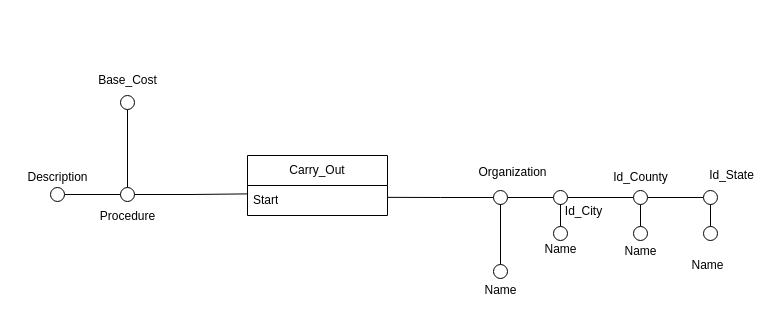
This is Schemi_Di_Fatto/Carry_Out.drawio from MircoPerna99/BigDataManagement_Team, a draw.io file, before an edit. Source tidied: cells renumbered, new cells numbered last; positions are measured from the earlier drawing's top-left corner, leaving out a move shared by most shapes. Both pictures are drawn from the tidied source at 100%, with x=0, y=0 at pixel (17, 65).
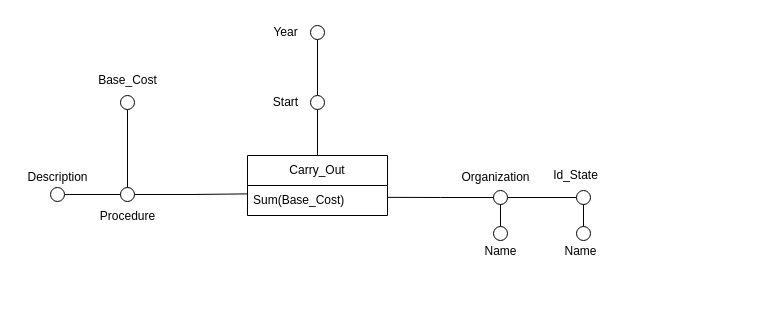
Above is the later version.

The change refers to these unchanged cells:
```xml
<mxCell id="2" style="ellipse;whiteSpace=wrap;html=1;fillColor=#FFFFFF;" parent="1" vertex="1">
  <mxGeometry x="103" y="122" width="14" height="14" as="geometry" />
</mxCell>
<mxCell id="8" style="ellipse;whiteSpace=wrap;html=1;fillColor=#FFFFFF;" parent="1" vertex="1">
  <mxGeometry x="476" y="125" width="14" height="14" as="geometry" />
</mxCell>
<mxCell id="33" value="Carry_Out" style="swimlane;fontStyle=0;horizontal=1;startSize=30;whiteSpace=wrap;html=1;" parent="1" vertex="1">
  <mxGeometry x="230" y="90" width="140" height="60" as="geometry" />
</mxCell>
```

What changed in the source:
```diff
@@
-    <mxCell id="7" style="edgeStyle=orthogonalEdgeStyle;rounded=0;jettySize=auto;html=1;exitX=1;exitY=0.5;exitDx=0;exitDy=0;entryX=0;entryY=0.5;entryDx=0;entryDy=0;endArrow=none;startFill=0;endFill=1;" parent="1" edge="1" source="8" target="11">
-      <mxGeometry relative="1" as="geometry" />
-    </mxCell>
+    <mxCell id="37" style="edgeStyle=orthogonalEdgeStyle;rounded=0;jettySize=auto;html=1;exitX=1;exitY=0.5;exitDx=0;exitDy=0;entryX=0;entryY=0.5;entryDx=0;entryDy=0;endArrow=none;startFill=0;endFill=1;" parent="1" edge="1" source="8" target="38">
+      <mxGeometry relative="1" as="geometry" />
+    </mxCell>
@@
     <mxCell id="9" value="Organization" style="text;html=1;align=center;verticalAlign=middle;strokeColor=none;fillColor=none;" parent="1" vertex="1">
-      <mxGeometry x="450" y="92" width="90" height="30" as="geometry" />
+      <mxGeometry x="433" y="97" width="90" height="30" as="geometry" />
     </mxCell>
-    <mxCell id="10" style="edgeStyle=orthogonalEdgeStyle;rounded=0;jettySize=auto;html=1;exitX=1;exitY=0.5;exitDx=0;exitDy=0;entryX=0;entryY=0.5;entryDx=0;entryDy=0;endArrow=none;startFill=0;" parent="1" edge="1" source="11" target="21">
-      <mxGeometry relative="1" as="geometry" />
-    </mxCell>
-    <mxCell id="11" style="ellipse;whiteSpace=wrap;html=1;fillColor=#FFFFFF;" parent="1" vertex="1">
-      <mxGeometry x="536" y="125" width="14" height="14" as="geometry" />
-    </mxCell>
-    <mxCell id="12" style="edgeStyle=orthogonalEdgeStyle;rounded=0;jettySize=auto;html=1;endArrow=none;startFill=0;" parent="1" edge="1" source="13" target="8">
-      <mxGeometry relative="1" as="geometry" />
-    </mxCell>
-    <mxCell id="13" style="ellipse;whiteSpace=wrap;html=1;fillColor=#FFFFFF;" parent="1" vertex="1">
-      <mxGeometry x="476" y="199" width="14" height="14" as="geometry" />
-    </mxCell>
-    <mxCell id="14" value="Name" style="text;html=1;align=center;verticalAlign=middle;strokeColor=none;fillColor=none;" parent="1" vertex="1">
-      <mxGeometry x="453" y="210" width="60" height="30" as="geometry" />
-    </mxCell>
-    <mxCell id="15" value="Id_City" style="text;html=1;align=center;verticalAlign=middle;strokeColor=none;fillColor=none;" parent="1" vertex="1">
-      <mxGeometry x="536" y="131" width="60" height="30" as="geometry" />
-    </mxCell>
-    <mxCell id="16" style="edgeStyle=orthogonalEdgeStyle;rounded=0;jettySize=auto;html=1;entryX=0.5;entryY=1;entryDx=0;entryDy=0;endArrow=none;startFill=0;" parent="1" edge="1" source="17" target="11">
-      <mxGeometry relative="1" as="geometry" />
-    </mxCell>
-    <mxCell id="17" style="ellipse;whiteSpace=wrap;html=1;fillColor=#FFFFFF;" parent="1" vertex="1">
-      <mxGeometry x="536" y="161" width="14" height="14" as="geometry" />
-    </mxCell>
-    <mxCell id="18" value="Name" style="text;html=1;align=center;verticalAlign=middle;strokeColor=none;fillColor=none;" parent="1" vertex="1">
-      <mxGeometry x="513" y="169" width="60" height="30" as="geometry" />
-    </mxCell>
-    <mxCell id="19" style="edgeStyle=orthogonalEdgeStyle;rounded=0;jettySize=auto;html=1;exitX=0.5;exitY=1;exitDx=0;exitDy=0;entryX=0.5;entryY=0;entryDx=0;entryDy=0;endArrow=none;startFill=0;" parent="1" edge="1" source="21" target="23">
-      <mxGeometry relative="1" as="geometry" />
-    </mxCell>
-    <mxCell id="20" style="edgeStyle=orthogonalEdgeStyle;rounded=0;jettySize=auto;html=1;exitX=1;exitY=0.5;exitDx=0;exitDy=0;entryX=0;entryY=0.5;entryDx=0;entryDy=0;endArrow=none;startFill=0;" parent="1" edge="1" source="21" target="26">
-      <mxGeometry relative="1" as="geometry" />
-    </mxCell>
-    <mxCell id="21" style="ellipse;whiteSpace=wrap;html=1;fillColor=#FFFFFF;" parent="1" vertex="1">
-      <mxGeometry x="616" y="125" width="14" height="14" as="geometry" />
-    </mxCell>
-    <mxCell id="22" value="Id_County" style="text;html=1;align=center;verticalAlign=middle;strokeColor=none;fillColor=none;" parent="1" vertex="1">
-      <mxGeometry x="583" y="97" width="80" height="30" as="geometry" />
-    </mxCell>
-    <mxCell id="23" style="ellipse;whiteSpace=wrap;html=1;fillColor=#FFFFFF;" parent="1" vertex="1">
-      <mxGeometry x="616" y="161" width="14" height="14" as="geometry" />
-    </mxCell>
-    <mxCell id="24" value="Name" style="text;html=1;align=center;verticalAlign=middle;strokeColor=none;fillColor=none;" parent="1" vertex="1">
-      <mxGeometry x="593" y="171" width="60" height="30" as="geometry" />
-    </mxCell>
-    <mxCell id="25" style="edgeStyle=orthogonalEdgeStyle;rounded=0;jettySize=auto;html=1;exitX=0.5;exitY=1;exitDx=0;exitDy=0;entryX=0.5;entryY=0;entryDx=0;entryDy=0;endArrow=none;startFill=0;" parent="1" edge="1" source="26" target="28">
-      <mxGeometry relative="1" as="geometry" />
-    </mxCell>
-    <mxCell id="26" style="ellipse;whiteSpace=wrap;html=1;fillColor=#FFFFFF;" parent="1" vertex="1">
-      <mxGeometry x="686" y="125" width="14" height="14" as="geometry" />
-    </mxCell>
+    <mxCell id="38" style="ellipse;whiteSpace=wrap;html=1;fillColor=#FFFFFF;" parent="1" vertex="1">
+      <mxGeometry x="559" y="125" width="14" height="14" as="geometry" />
+    </mxCell>
+    <mxCell id="39" style="edgeStyle=orthogonalEdgeStyle;rounded=0;jettySize=auto;html=1;endArrow=none;startFill=0;" parent="1" edge="1" source="40" target="8">
+      <mxGeometry relative="1" as="geometry" />
+    </mxCell>
+    <mxCell id="40" style="ellipse;whiteSpace=wrap;html=1;fillColor=#FFFFFF;" parent="1" vertex="1">
+      <mxGeometry x="476" y="161" width="14" height="14" as="geometry" />
+    </mxCell>
+    <mxCell id="41" value="Name" style="text;html=1;align=center;verticalAlign=middle;strokeColor=none;fillColor=none;" parent="1" vertex="1">
+      <mxGeometry x="453" y="171" width="60" height="30" as="geometry" />
+    </mxCell>
+    <mxCell id="42" style="edgeStyle=orthogonalEdgeStyle;rounded=0;jettySize=auto;html=1;entryX=0.5;entryY=1;entryDx=0;entryDy=0;endArrow=none;startFill=0;" parent="1" edge="1" source="43" target="38">
+      <mxGeometry relative="1" as="geometry" />
+    </mxCell>
+    <mxCell id="43" style="ellipse;whiteSpace=wrap;html=1;fillColor=#FFFFFF;" parent="1" vertex="1">
+      <mxGeometry x="559" y="161" width="14" height="14" as="geometry" />
+    </mxCell>
+    <mxCell id="44" value="Name" style="text;html=1;align=center;verticalAlign=middle;strokeColor=none;fillColor=none;" parent="1" vertex="1">
+      <mxGeometry x="533" y="171" width="60" height="30" as="geometry" />
+    </mxCell>
     <mxCell id="27" value="Id_State" style="text;html=1;align=center;verticalAlign=middle;strokeColor=none;fillColor=none;" parent="1" vertex="1">
-      <mxGeometry x="679" y="95" width="70" height="30" as="geometry" />
+      <mxGeometry x="523" y="95" width="70" height="30" as="geometry" />
     </mxCell>
-    <mxCell id="28" style="ellipse;whiteSpace=wrap;html=1;fillColor=#FFFFFF;" parent="1" vertex="1">
-      <mxGeometry x="686" y="161" width="14" height="14" as="geometry" />
-    </mxCell>
-    <mxCell id="29" value="Name" style="text;html=1;align=center;verticalAlign=middle;strokeColor=none;fillColor=none;" parent="1" vertex="1">
-      <mxGeometry x="660" y="185" width="60" height="30" as="geometry" />
-    </mxCell>
@@
+    <mxCell id="45" value="Sum(Base_Cost)" style="text;strokeColor=none;fillColor=none;align=left;verticalAlign=middle;spacingLeft=4;spacingRight=4;overflow=hidden;points=[[0,0.5],[1,0.5]];portConstraint=eastwest;whiteSpace=wrap;html=1;" parent="33" vertex="1">
+      <mxGeometry y="30" width="140" height="30" as="geometry" />
+    </mxCell>
+    <mxCell id="46" style="edgeStyle=orthogonalEdgeStyle;rounded=0;jettySize=auto;html=1;exitX=1;exitY=0.5;exitDx=0;exitDy=0;entryX=-0.004;entryY=0.28;entryDx=0;entryDy=0;entryPerimeter=0;endArrow=none;startFill=0;" parent="1" edge="1" source="2" target="45">
+      <mxGeometry relative="1" as="geometry" />
+    </mxCell>
+    <mxCell id="47" style="edgeStyle=orthogonalEdgeStyle;rounded=0;jettySize=auto;html=1;exitX=0;exitY=0.5;exitDx=0;exitDy=0;entryX=0.999;entryY=0.395;entryDx=0;entryDy=0;entryPerimeter=0;endArrow=none;startFill=0;" parent="1" edge="1" source="8" target="45">
+      <mxGeometry relative="1" as="geometry" />
+    </mxCell>
+    <mxCell id="48" style="edgeStyle=orthogonalEdgeStyle;rounded=0;jettySize=auto;html=1;entryX=0.5;entryY=0;entryDx=0;entryDy=0;endArrow=none;startFill=0;" parent="1" edge="1" source="49" target="33">
+      <mxGeometry relative="1" as="geometry" />
+    </mxCell>
+    <mxCell id="49" style="ellipse;whiteSpace=wrap;html=1;fillColor=#FFFFFF;" parent="1" vertex="1">
+      <mxGeometry x="293" y="30" width="14" height="14" as="geometry" />
+    </mxCell>
+    <mxCell id="50" style="edgeStyle=orthogonalEdgeStyle;rounded=0;jettySize=auto;html=1;entryX=0.5;entryY=0;entryDx=0;entryDy=0;endArrow=none;startFill=0;" parent="1" edge="1" source="51" target="49">
+      <mxGeometry relative="1" as="geometry" />
+    </mxCell>
+    <mxCell id="51" style="ellipse;whiteSpace=wrap;html=1;fillColor=#FFFFFF;" parent="1" vertex="1">
+      <mxGeometry x="293" y="-40" width="14" height="14" as="geometry" />
+    </mxCell>
-    <mxCell id="34" value="Start" style="text;strokeColor=none;fillColor=none;align=left;verticalAlign=middle;spacingLeft=4;spacingRight=4;overflow=hidden;points=[[0,0.5],[1,0.5]];portConstraint=eastwest;whiteSpace=wrap;html=1;" parent="33" vertex="1">
-      <mxGeometry y="30" width="140" height="30" as="geometry" />
+    <mxCell id="34" value="Start" style="text;html=1;align=center;verticalAlign=middle;points=[];strokeColor=none;fillColor=none;" parent="1" vertex="1">
+      <mxGeometry x="243" y="22" width="50" height="30" as="geometry" />
     </mxCell>
-    <mxCell id="35" style="edgeStyle=orthogonalEdgeStyle;rounded=0;jettySize=auto;html=1;exitX=1;exitY=0.5;exitDx=0;exitDy=0;entryX=-0.004;entryY=0.28;entryDx=0;entryDy=0;entryPerimeter=0;endArrow=none;startFill=0;" parent="1" edge="1" source="2" target="34">
-      <mxGeometry relative="1" as="geometry" />
-    </mxCell>
-    <mxCell id="36" style="edgeStyle=orthogonalEdgeStyle;rounded=0;jettySize=auto;html=1;exitX=0;exitY=0.5;exitDx=0;exitDy=0;entryX=0.999;entryY=0.395;entryDx=0;entryDy=0;entryPerimeter=0;endArrow=none;startFill=0;" parent="1" edge="1" source="8" target="34">
-      <mxGeometry relative="1" as="geometry" />
-    </mxCell>
+    <mxCell id="52" value="Year" style="text;html=1;align=center;verticalAlign=middle;strokeColor=none;fillColor=none;" parent="1" vertex="1">
+      <mxGeometry x="243" y="-48" width="50" height="30" as="geometry" />
+    </mxCell>
```
